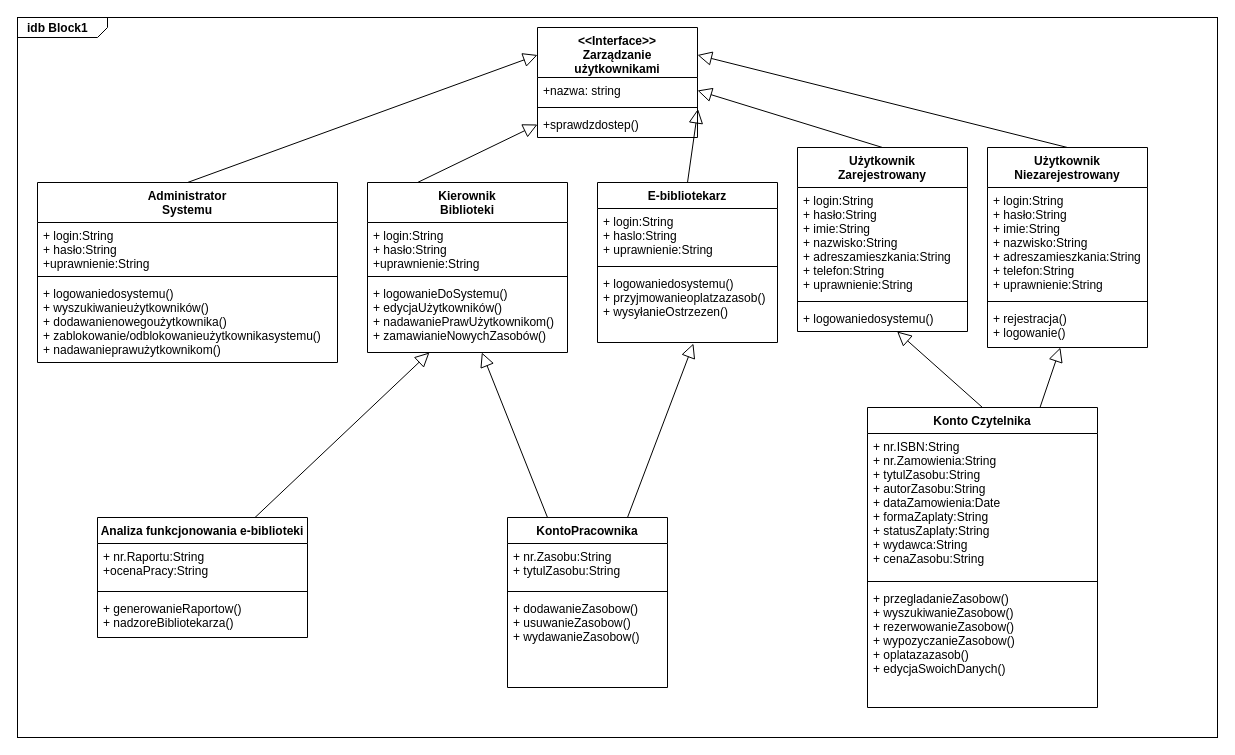
Above: najwiekszydiagram.drawio in tidas022/pl13ti3c (draw.io), before the change. Source tidied: cells renumbered, new cells numbered last; positions are measured from the earlier drawing's top-left corner, leaving out a move shared by most shapes. Both pictures are drawn from the tidied source at 100%, with x=0, y=0 at pixel (17, 17).
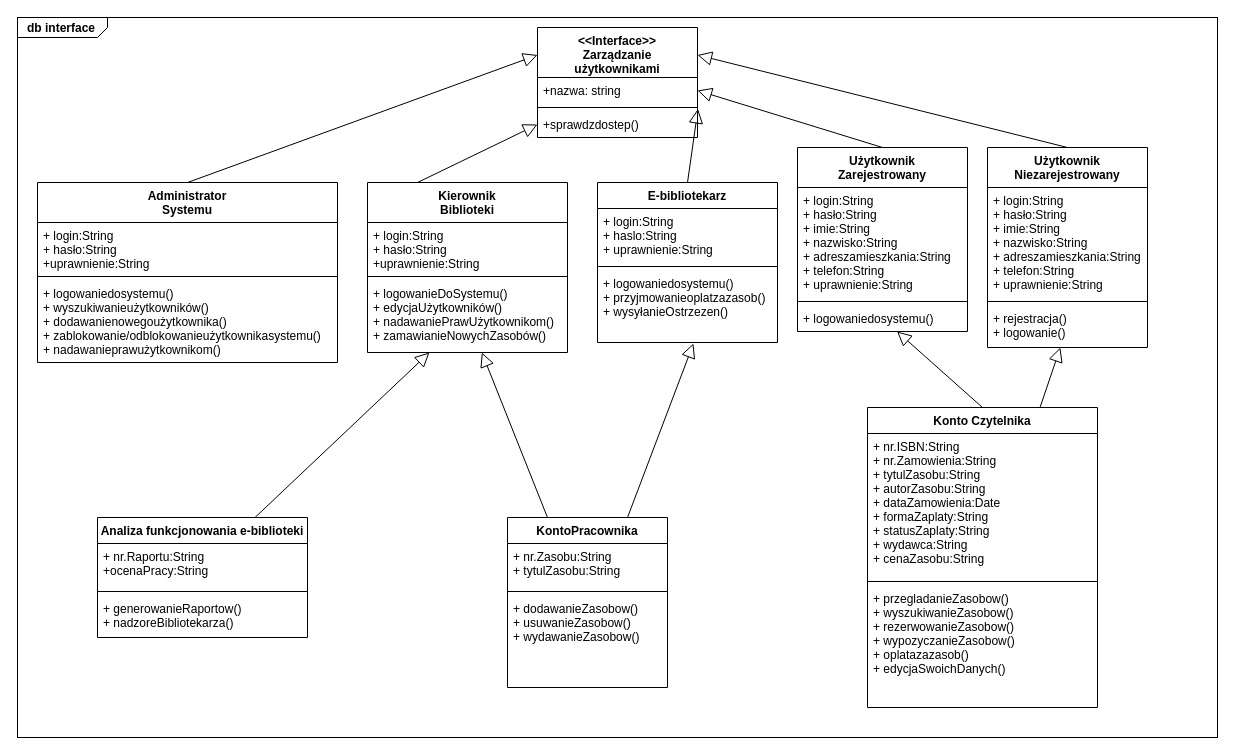
The same diagram, later.

What changed in the source:
```diff
@@
-    <mxCell id="2" value="&lt;p style=&quot;margin:0px;margin-top:4px;margin-left:10px;text-align:left;&quot;&gt;&lt;span&gt;idb&lt;/span&gt;   Block1&lt;/p&gt;" style="html=1;strokeWidth=1;shape=mxgraph.sysml.package;html=1;overflow=fill;whiteSpace=wrap;fontStyle=1;" parent="1" vertex="1">
+    <mxCell id="2" value="&lt;p style=&quot;margin: 0px ; margin-top: 4px ; margin-left: 10px ; text-align: left&quot;&gt;db interface&lt;/p&gt;" style="html=1;strokeWidth=1;shape=mxgraph.sysml.package;html=1;overflow=fill;whiteSpace=wrap;fontStyle=1;" parent="1" vertex="1">
       <mxGeometry width="1200" height="720" as="geometry" />
     </mxCell>
```
